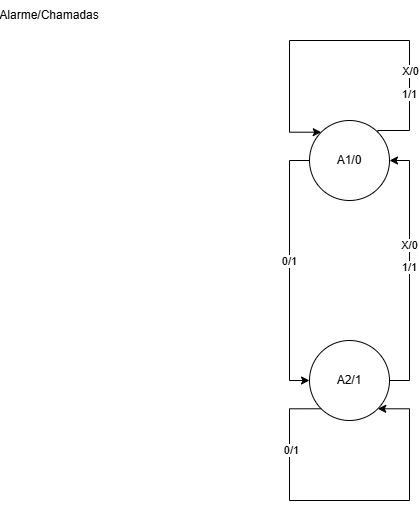
DeV-ictor/PBL_Elevador keeps this draw.io diagram as Dados/diagrama_porta.png. Above is the earlier version. Source tidied: cells renumbered, new cells last; positions are measured from the earlier drawing's top-left corner, leaving out a move shared by most shapes.
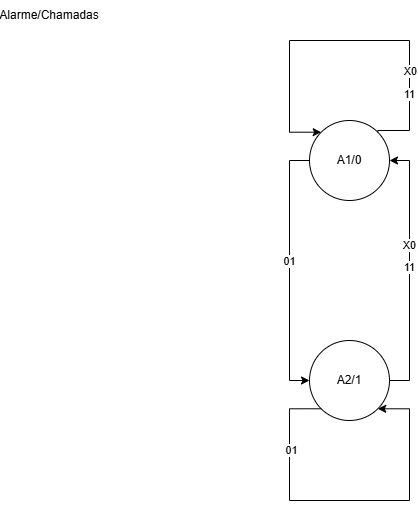
The same file after the commit.

The edit, as a diff of the source:
```diff
@@ -5,7 +5,7 @@
     <mxCell id="2" style="edgeStyle=orthogonalEdgeStyle;rounded=0;jettySize=auto;html=1;exitX=0;exitY=0.5;exitDx=0;exitDy=0;entryX=0;entryY=0.5;entryDx=0;entryDy=0;" parent="1" edge="1" source="4" target="8">
       <mxGeometry relative="1" as="geometry" />
     </mxCell>
-    <mxCell id="3" value="0/1" style="edgeLabel;html=1;align=center;verticalAlign=middle;" parent="2" vertex="1">
+    <mxCell id="3" value="01" style="edgeLabel;html=1;align=center;verticalAlign=middle;" parent="2" vertex="1">
       <mxGeometry x="-0.34" y="-1" relative="1" as="geometry">
         <mxPoint y="34" as="offset" />
       </mxGeometry>
@@ -16,10 +16,10 @@
     <mxCell id="5" style="edgeStyle=orthogonalEdgeStyle;rounded=0;jettySize=auto;html=1;exitX=1;exitY=0.5;exitDx=0;exitDy=0;entryX=1;entryY=0.5;entryDx=0;entryDy=0;" parent="1" edge="1" source="8" target="4">
       <mxGeometry relative="1" as="geometry" />
     </mxCell>
-    <mxCell id="6" value="X/0" style="edgeLabel;html=1;align=center;verticalAlign=middle;" parent="5" vertex="1">
+    <mxCell id="6" value="X0" style="edgeLabel;html=1;align=center;verticalAlign=middle;" parent="5" vertex="1">
       <mxGeometry x="0.2" y="1" relative="1" as="geometry" />
     </mxCell>
-    <mxCell id="7" value="1/1" style="edgeLabel;html=1;align=center;verticalAlign=middle;" parent="5" vertex="1">
+    <mxCell id="7" value="11" style="edgeLabel;html=1;align=center;verticalAlign=middle;" parent="5" vertex="1">
       <mxGeometry x="0.03" relative="1" as="geometry">
         <mxPoint x="-1" as="offset" />
       </mxGeometry>
@@ -37,7 +37,7 @@
         </Array>
       </mxGeometry>
     </mxCell>
-    <mxCell id="10" value="0/1" style="edgeLabel;html=1;align=center;verticalAlign=middle;" parent="9" vertex="1">
+    <mxCell id="10" value="01" style="edgeLabel;html=1;align=center;verticalAlign=middle;" parent="9" vertex="1">
       <mxGeometry x="-0.65" y="1" relative="1" as="geometry">
         <mxPoint y="10" as="offset" />
       </mxGeometry>
@@ -53,12 +53,12 @@
         </Array>
       </mxGeometry>
     </mxCell>
-    <mxCell id="12" value="X/0" style="edgeLabel;html=1;align=center;verticalAlign=middle;" parent="11" vertex="1">
+    <mxCell id="12" value="X0" style="edgeLabel;html=1;align=center;verticalAlign=middle;" parent="11" vertex="1">
       <mxGeometry x="-0.55" relative="1" as="geometry">
         <mxPoint y="-10" as="offset" />
       </mxGeometry>
     </mxCell>
-    <mxCell id="13" value="1/1" style="edgeLabel;html=1;align=center;verticalAlign=middle;" parent="11" vertex="1">
+    <mxCell id="13" value="11" style="edgeLabel;html=1;align=center;verticalAlign=middle;" parent="11" vertex="1">
       <mxGeometry x="-0.64" y="-1" relative="1" as="geometry">
         <mxPoint x="-2" y="-5" as="offset" />
       </mxGeometry>
```
